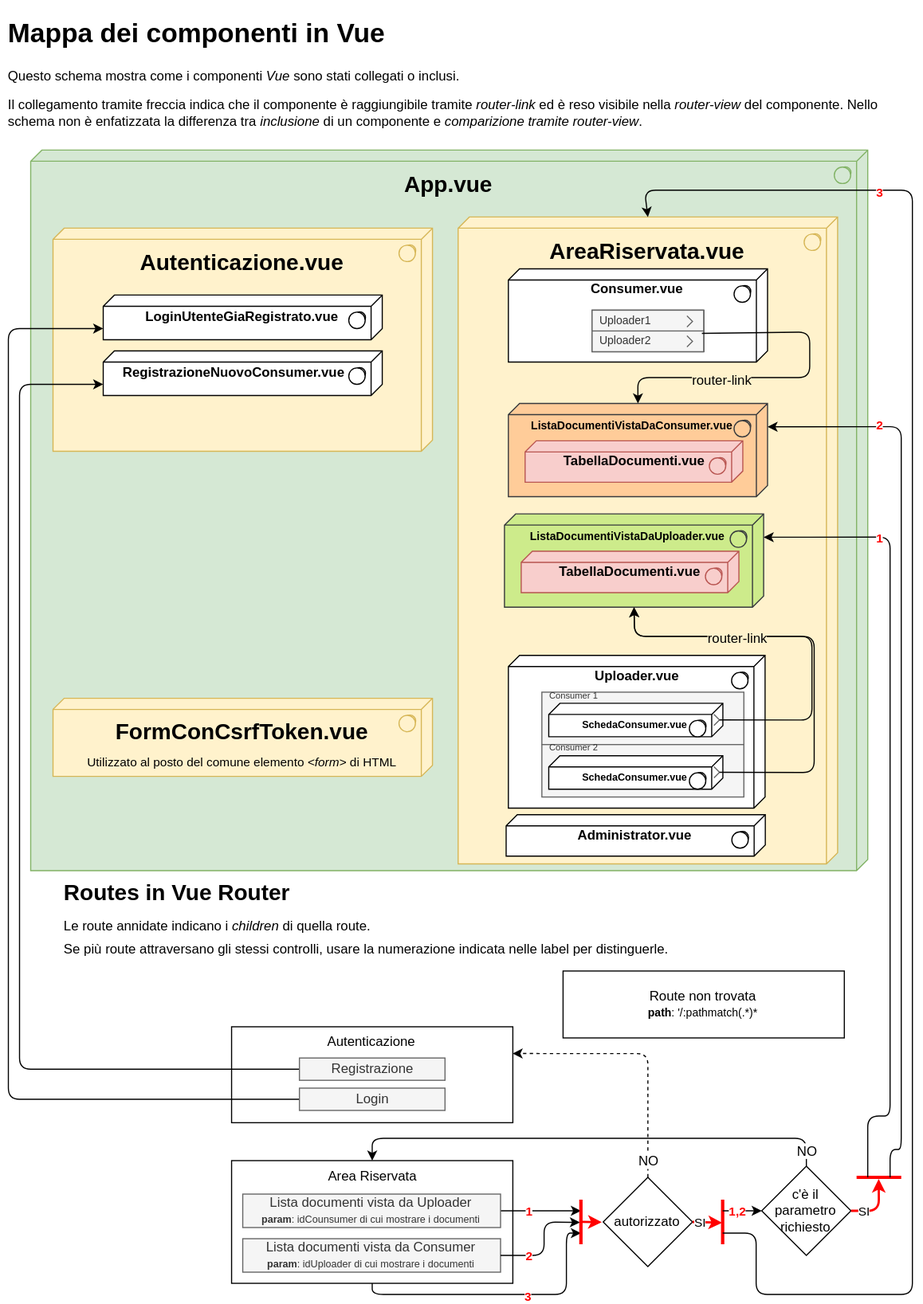
Earlier version of the draw.io export algoritmi schemi e note progettuali/componenti Vue/MappaComponentiVue.svg (matteoferfoglia/progetto-progrweb-2020). Source tidied: cells renumbered, new cells last; positions are measured from the earlier drawing's top-left corner, leaving out a move shared by most shapes.
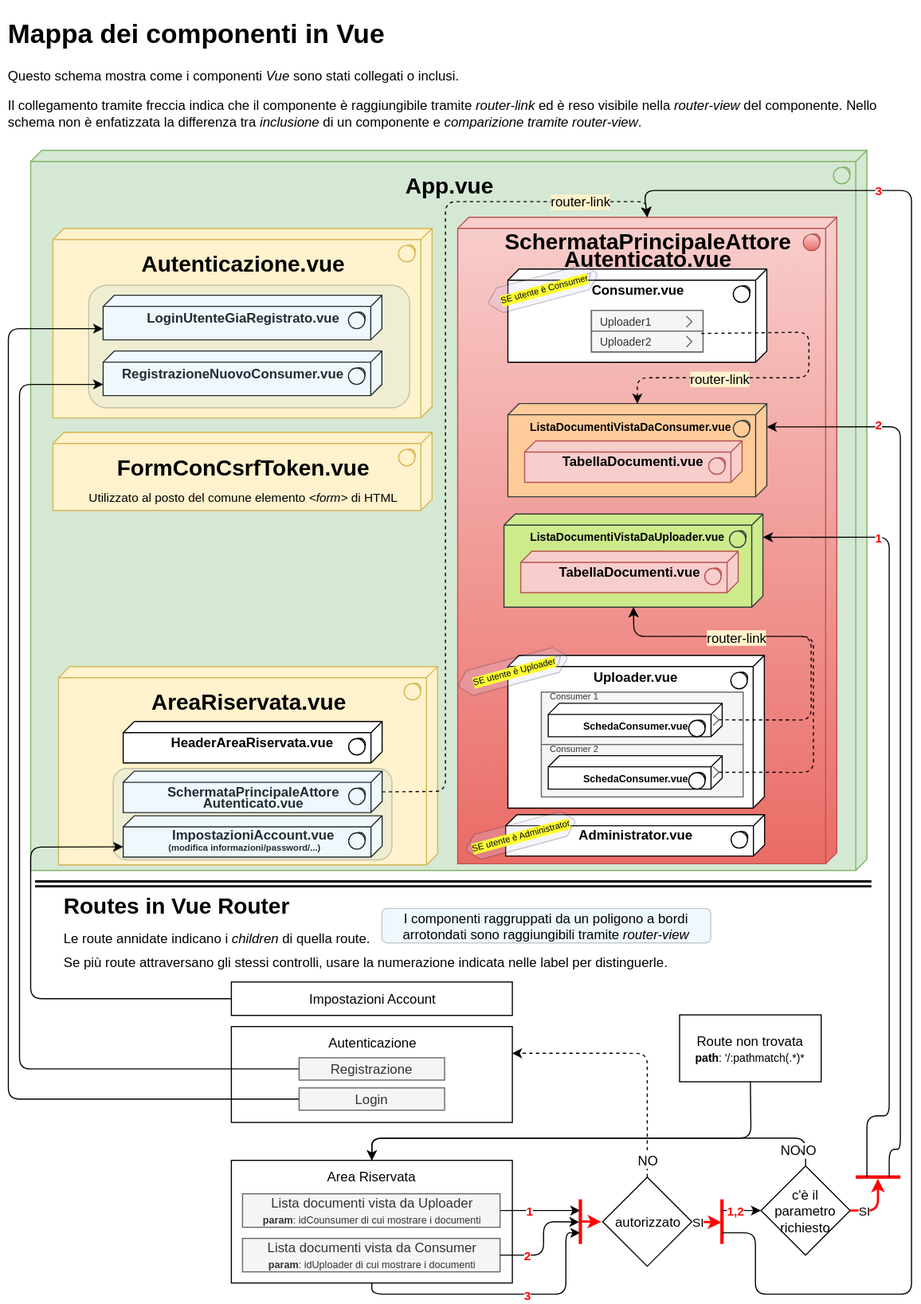
Later version of the same file.

Diff of the diagram source:
```diff
@@ -19,7 +19,7 @@
       <mxGeometry x="45" y="194" width="340" height="200" as="geometry" />
     </mxCell>
     <mxCell id="5" value="Autenticazione.vue" style="html=1;whiteSpace=wrap;fillColor=#fff2cc;strokeColor=#d6b656;shape=mxgraph.archimate3.tech;techType=sysSw;verticalAlign=top;fontStyle=1;fontSize=20;spacingTop=12;" parent="4" vertex="1">
-      <mxGeometry width="340" height="200" as="geometry" />
+      <mxGeometry width="340" height="170" as="geometry" />
     </mxCell>
     <mxCell id="6" value="LoginUtenteGiaRegistrato.vue" style="html=1;outlineConnect=0;whiteSpace=wrap;shape=mxgraph.archimate3.tech;techType=sysSw;verticalAlign=middle;fontStyle=1;fontSize=12;" parent="4" vertex="1">
       <mxGeometry x="45" y="60" width="250" height="40" as="geometry" />
@@ -27,19 +27,22 @@
     <mxCell id="7" value="RegistrazioneNuovoConsumer.vue&amp;nbsp; &amp;nbsp; &amp;nbsp;" style="html=1;outlineConnect=0;whiteSpace=wrap;shape=mxgraph.archimate3.tech;techType=sysSw;verticalAlign=middle;fontStyle=1;fontSize=12;" parent="4" vertex="1">
       <mxGeometry x="45" y="110" width="250" height="40" as="geometry" />
     </mxCell>
+    <mxCell id="88" style="rounded=1;whiteSpace=wrap;html=1;fillColor=#b1ddf0;strokeColor=#000000;opacity=20;" parent="4" vertex="1">
+      <mxGeometry x="32" y="51" width="288" height="110" as="geometry" />
+    </mxCell>
     <mxCell id="8" value="FormConCsrfToken.vue&lt;br&gt;&lt;span style=&quot;font-weight: normal ; font-size: 11px&quot;&gt;Utilizzato al posto del comune elemento &lt;i&gt;&amp;lt;form&amp;gt;&lt;/i&gt;&amp;nbsp;di HTML&lt;/span&gt;" style="html=1;whiteSpace=wrap;fillColor=#fff2cc;strokeColor=#d6b656;shape=mxgraph.archimate3.tech;techType=sysSw;verticalAlign=top;fontStyle=1;fontSize=20;spacingTop=12;" parent="1" vertex="1">
-      <mxGeometry x="45" y="615.5" width="340" height="70" as="geometry" />
+      <mxGeometry x="45" y="377" width="340" height="70" as="geometry" />
     </mxCell>
-    <mxCell id="9" style="group;" parent="1" vertex="1">
+    <mxCell id="9" style="group;spacingTop=0;fillColor=none;strokeColor=none;fontColor=#ffffff;" parent="1" vertex="1">
       <mxGeometry x="408" y="184" width="340" height="580" as="geometry" />
     </mxCell>
-    <mxCell id="10" style="group;" parent="9" vertex="1">
+    <mxCell id="10" style="group;spacingTop=-3;" parent="9" vertex="1">
       <mxGeometry width="340" height="580" as="geometry" />
     </mxCell>
     <mxCell id="11" style="group;" parent="10" vertex="1">
       <mxGeometry width="340" height="580" as="geometry" />
     </mxCell>
-    <mxCell id="12" value="AreaRiservata.vue" style="html=1;outlineConnect=0;whiteSpace=wrap;fillColor=#fff2cc;strokeColor=#d6b656;shape=mxgraph.archimate3.tech;techType=sysSw;verticalAlign=top;fontStyle=1;fontSize=20;spacingTop=12;" parent="11" vertex="1">
+    <mxCell id="12" value="&lt;p style=&quot;line-height: 80%&quot;&gt;SchermataPrincipaleAttore&lt;br&gt;Autenticato.vue&lt;/p&gt;" style="html=1;outlineConnect=0;whiteSpace=wrap;fillColor=#f8cecc;strokeColor=#b85450;shape=mxgraph.archimate3.tech;techType=sysSw;verticalAlign=top;fontStyle=1;fontSize=20;spacingTop=-14;gradientColor=#ea6b66;" parent="11" vertex="1">
       <mxGeometry width="340" height="580" as="geometry" />
     </mxCell>
     <mxCell id="13" value="Administrator.vue" style="html=1;whiteSpace=wrap;shape=mxgraph.archimate3.tech;techType=sysSw;verticalAlign=middle;fontStyle=1;fontSize=12;" parent="11" vertex="1">
@@ -70,7 +73,10 @@
         <mxPoint x="-15" y="-5" as="offset" />
       </mxGeometry>
     </mxCell>
+    <mxCell id="89" value="SE utente è Consumer" style="html=1;whiteSpace=wrap;fillColor=#CCCCFF;strokeColor=#000000;shape=mxgraph.archimate3.application;appType=constraint;archiType=oct;labelBackgroundColor=#FFFF33;opacity=20;rotation=-15;fontSize=8;" parent="14" vertex="1">
+      <mxGeometry x="-18.5" y="6.2" width="100" height="23" as="geometry" />
+    </mxCell>
-    <mxCell id="21" style="endArrow=classic;html=1;fontSize=12;exitX=0.984;exitY=1.036;exitDx=0;exitDy=0;exitPerimeter=0;entryX=0.5;entryY=0;entryDx=0;entryDy=0;entryPerimeter=0;" parent="11" edge="1" source="17" target="24">
+    <mxCell id="21" style="endArrow=classic;html=1;fontSize=12;exitX=0.984;exitY=1.036;exitDx=0;exitDy=0;exitPerimeter=0;entryX=0.5;entryY=0;entryDx=0;entryDy=0;entryPerimeter=0;dashed=1;" parent="11" edge="1" source="17" target="24">
       <mxGeometry relative="1" as="geometry">
         <Array as="points">
           <mxPoint x="315" y="103.1" />
@@ -146,7 +152,10 @@
         <mxPoint x="-6.5" y="-13.5" as="offset" />
       </mxGeometry>
     </mxCell>
+    <mxCell id="90" value="SE utente è Uploader" style="html=1;whiteSpace=wrap;fillColor=#CCCCFF;strokeColor=#000000;shape=mxgraph.archimate3.application;appType=constraint;archiType=oct;labelBackgroundColor=#FFFF33;opacity=20;rotation=-15;fontSize=8;" parent="29" vertex="1">
+      <mxGeometry x="-45.5" y="3" width="100" height="23" as="geometry" />
+    </mxCell>
-    <mxCell id="43" style="endArrow=classic;html=1;fontSize=12;exitX=1;exitY=0.5;exitDx=0;exitDy=0;exitPerimeter=0;entryX=0.5;entryY=1;entryDx=0;entryDy=0;entryPerimeter=0;" parent="11" edge="1" source="36" target="27">
+    <mxCell id="43" style="endArrow=classic;html=1;fontSize=12;exitX=1;exitY=0.5;exitDx=0;exitDy=0;exitPerimeter=0;entryX=0.5;entryY=1;entryDx=0;entryDy=0;entryPerimeter=0;dashed=1;" parent="11" edge="1" source="36" target="27">
       <mxGeometry relative="1" as="geometry">
         <Array as="points">
           <mxPoint x="317" y="451" />
@@ -155,7 +164,7 @@
         </Array>
       </mxGeometry>
     </mxCell>
-    <mxCell id="44" style="endArrow=classic;html=1;fontSize=12;exitX=1;exitY=0.5;exitDx=0;exitDy=0;exitPerimeter=0;entryX=0.5;entryY=1;entryDx=0;entryDy=0;entryPerimeter=0;" parent="11" edge="1" source="42" target="27">
+    <mxCell id="44" style="endArrow=classic;html=1;fontSize=12;exitX=1;exitY=0.5;exitDx=0;exitDy=0;exitPerimeter=0;entryX=0.5;entryY=1;entryDx=0;entryDy=0;entryPerimeter=0;dashed=1;" parent="11" edge="1" source="42" target="27">
       <mxGeometry relative="1" as="geometry">
         <Array as="points">
           <mxPoint x="319" y="498" />
@@ -169,14 +178,17 @@
         <mxPoint x="-3.5" y="-1" as="offset" />
       </mxGeometry>
     </mxCell>
+    <mxCell id="91" value="SE utente è Administrator" style="html=1;whiteSpace=wrap;fillColor=#CCCCFF;strokeColor=#000000;shape=mxgraph.archimate3.application;appType=constraint;archiType=oct;labelBackgroundColor=#FFFF33;opacity=20;rotation=-15;fontSize=8;" parent="11" vertex="1">
+      <mxGeometry x="6.5" y="543" width="100" height="23" as="geometry" />
+    </mxCell>
     <mxCell id="46" value="&lt;h1&gt;Mappa dei componenti in Vue&lt;/h1&gt;&lt;p&gt;Questo schema mostra come i componenti &lt;i&gt;Vue&lt;/i&gt;&amp;nbsp;sono stati collegati o inclusi.&lt;/p&gt;&lt;p&gt;Il collegamento tramite freccia indica che il componente è raggiungibile tramite &lt;i&gt;router-link &lt;/i&gt;ed è reso visibile nella &lt;i&gt;router-view &lt;/i&gt;del componente. Nello schema non è enfatizzata la differenza tra &lt;i&gt;inclusione &lt;/i&gt;di un componente e &lt;i&gt;comparizione tramite router-view&lt;/i&gt;.&lt;/p&gt;" style="text;html=1;spacing=5;spacingTop=-20;whiteSpace=wrap;overflow=hidden;rounded=0;labelBackgroundColor=none;fontSize=12;fillColor=none;fontColor=#000000;" parent="1" vertex="1">
       <mxGeometry width="815" height="120" as="geometry" />
     </mxCell>
     <mxCell id="47" value="&lt;h1&gt;&lt;font style=&quot;font-size: 20px ; line-height: 100%&quot;&gt;Routes in Vue Router&lt;/font&gt;&lt;/h1&gt;&lt;div style=&quot;line-height: 0%&quot;&gt;Le route annidate indicano i &lt;i&gt;children&lt;/i&gt;&amp;nbsp;di quella route.&lt;/div&gt;&lt;div&gt;&lt;br&gt;&lt;/div&gt;&lt;div&gt;Se più route attraversano gli stessi controlli, usare la numerazione indicata nelle label per distinguerle.&lt;/div&gt;" style="text;html=1;spacing=5;spacingTop=-20;whiteSpace=wrap;overflow=hidden;rounded=0;labelBackgroundColor=none;fontSize=12;fillColor=none;fontColor=#000000;" parent="1" vertex="1">
-      <mxGeometry x="50" y="769.5" width="600" height="79" as="geometry" />
+      <mxGeometry x="50" y="780.5" width="600" height="79" as="geometry" />
     </mxCell>
     <mxCell id="48" value="Route non trovata&lt;br&gt;&lt;font style=&quot;font-size: 10px&quot;&gt;&lt;b&gt;path&lt;/b&gt;: '/:pathmatch(.*)*&lt;/font&gt;" style="rounded=0;whiteSpace=wrap;html=1;labelBackgroundColor=none;fontSize=12;" parent="1" vertex="1">
-      <mxGeometry x="502" y="860" width="252" height="60" as="geometry" />
+      <mxGeometry x="607" y="899.5" width="127" height="60" as="geometry" />
     </mxCell>
     <mxCell id="49" style="endArrow=classic;html=1;fontSize=12;fontColor=#000000;exitX=0;exitY=0.5;exitDx=0;exitDy=0;entryX=0;entryY=0.75;entryDx=0;entryDy=0;entryPerimeter=0;" parent="1" edge="1" source="54" target="6">
       <mxGeometry relative="1" as="geometry">
@@ -361,5 +373,67 @@
         <mxPoint x="-30" y="-689" as="offset" />
       </mxGeometry>
     </mxCell>
+    <mxCell id="92" value="AreaRiservata.vue" style="html=1;whiteSpace=wrap;fillColor=#fff2cc;strokeColor=#d6b656;shape=mxgraph.archimate3.tech;techType=sysSw;verticalAlign=top;fontStyle=1;fontSize=20;spacingTop=12;" parent="1" vertex="1">
+      <mxGeometry x="50" y="587" width="340" height="178" as="geometry" />
+    </mxCell>
+    <mxCell id="93" value="I componenti raggruppati da un poligono a bordi arrotondati sono raggiungibili tramite &lt;i&gt;router-view&lt;/i&gt;" style="rounded=1;whiteSpace=wrap;html=1;fillColor=#b1ddf0;strokeColor=#000000;opacity=20;" parent="1" vertex="1">
+      <mxGeometry x="340" y="804" width="295" height="31" as="geometry" />
+    </mxCell>
+    <mxCell id="94" value="HeaderAreaRiservata.vue" style="html=1;whiteSpace=wrap;shape=mxgraph.archimate3.tech;techType=sysSw;verticalAlign=middle;fontStyle=1;fontSize=12;" parent="1" vertex="1">
+      <mxGeometry x="108" y="636.4" width="232.2" height="37.2" as="geometry" />
+    </mxCell>
+    <mxCell id="95" value="&lt;p style=&quot;line-height: 80%&quot;&gt;SchermataPrincipaleAttore&lt;br&gt;Autenticato.vue&lt;/p&gt;" style="html=1;outlineConnect=0;whiteSpace=wrap;shape=mxgraph.archimate3.tech;techType=sysSw;verticalAlign=middle;fontStyle=1;fontSize=12;spacingTop=10;" parent="1" vertex="1">
+      <mxGeometry x="108" y="680.9" width="232.2" height="37.2" as="geometry" />
+    </mxCell>
+    <mxCell id="96" value="&lt;p style=&quot;line-height: 85%&quot;&gt;ImpostazioniAccount.vue&lt;br&gt;&lt;font style=&quot;font-size: 8px&quot;&gt;(modifica informazioni/password/...)&amp;nbsp; &amp;nbsp; &amp;nbsp; &amp;nbsp;&lt;/font&gt;&lt;/p&gt;" style="html=1;outlineConnect=0;whiteSpace=wrap;shape=mxgraph.archimate3.tech;techType=sysSw;verticalAlign=middle;fontStyle=1;fontSize=12;spacingTop=9;" parent="1" vertex="1">
+      <mxGeometry x="108" y="720.9" width="232.2" height="37.2" as="geometry" />
+    </mxCell>
+    <mxCell id="97" style="endArrow=classic;html=1;fontSize=12;fontColor=#000000;entryX=0.5;entryY=0;entryDx=0;entryDy=0;exitX=0.5;exitY=1;exitDx=0;exitDy=0;" parent="1" edge="1" source="48" target="64">
+      <mxGeometry relative="1" as="geometry">
+        <Array as="points">
+          <mxPoint x="671" y="1010" />
+          <mxPoint x="331" y="1010" />
+        </Array>
+      </mxGeometry>
+    </mxCell>
+    <mxCell id="98" value="NO" style="text;html=1;align=center;verticalAlign=middle;labelBackgroundColor=#ffffff;fontSize=12;fontColor=#000000;" parent="97" vertex="1">
+      <mxGeometry x="-0.14" y="1" relative="1" as="geometry">
+        <mxPoint x="161" y="9" as="offset" />
+      </mxGeometry>
+    </mxCell>
+    <mxCell id="99" style="endArrow=classic;html=1;fontSize=12;exitX=1;exitY=0.5;exitDx=0;exitDy=0;exitPerimeter=0;dashed=1;entryX=0.5;entryY=0;entryDx=0;entryDy=0;entryPerimeter=0;" parent="1" edge="1" source="95" target="12">
+      <mxGeometry relative="1" as="geometry">
+        <Array as="points">
+          <mxPoint x="397" y="699" />
+          <mxPoint x="397" y="170" />
+          <mxPoint x="577" y="170" />
+        </Array>
+      </mxGeometry>
+    </mxCell>
+    <mxCell id="100" value="router-link" style="text;html=1;align=center;verticalAlign=middle;labelBackgroundColor=#FFF2CC;fontSize=12;" parent="99" vertex="1">
+      <mxGeometry x="0.38" y="1" relative="1" as="geometry">
+        <mxPoint x="122" y="-47" as="offset" />
+      </mxGeometry>
+    </mxCell>
+    <mxCell id="101" style="rounded=1;whiteSpace=wrap;html=1;fillColor=#b1ddf0;strokeColor=#000000;opacity=20;" parent="1" vertex="1">
+      <mxGeometry x="99" y="678.5" width="250" height="82" as="geometry" />
+    </mxCell>
+    <mxCell id="102" value="Impostazioni Account" style="rounded=0;whiteSpace=wrap;html=1;labelBackgroundColor=none;fontSize=12;" parent="1" vertex="1">
+      <mxGeometry x="205" y="870" width="252" height="30" as="geometry" />
+    </mxCell>
+    <mxCell id="103" style="endArrow=classic;html=1;fontSize=12;fontColor=#000000;exitX=0;exitY=0.5;exitDx=0;exitDy=0;entryX=0;entryY=0.75;entryDx=0;entryDy=0;entryPerimeter=0;" parent="1" edge="1" source="102" target="96">
+      <mxGeometry relative="1" as="geometry">
+        <Array as="points">
+          <mxPoint x="25" y="885" />
+          <mxPoint x="25" y="749" />
+        </Array>
+      </mxGeometry>
+    </mxCell>
+    <mxCell id="104" style="shape=link;html=1;strokeWidth=2;width=-5.428571428571429;" parent="1" edge="1">
+      <mxGeometry relative="1" as="geometry">
+        <mxPoint x="29" y="782" as="sourcePoint" />
+        <mxPoint x="779" y="782" as="targetPoint" />
+      </mxGeometry>
+    </mxCell>
   </root>
 </mxGraphModel>
```
